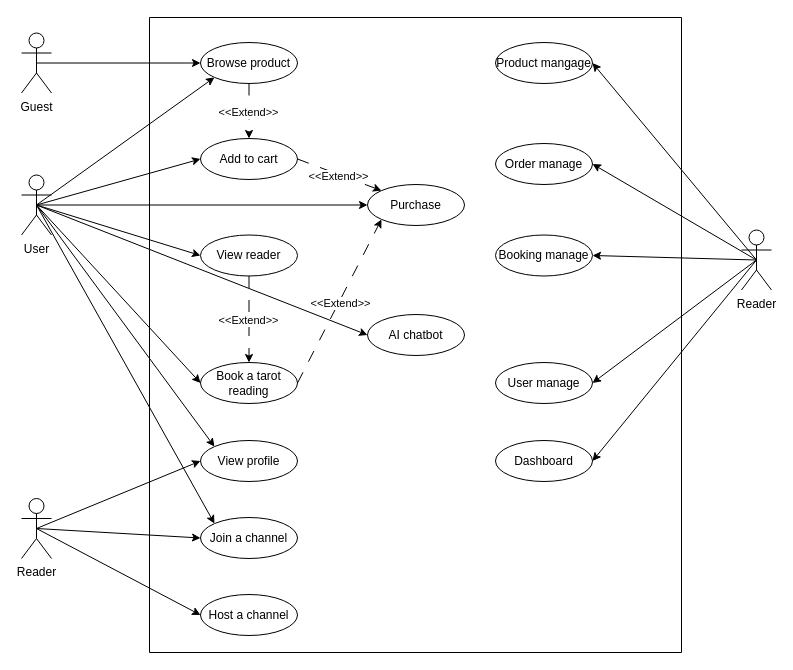
The draw.io diagram page "Use-case diagram" (1 of 4) of be_design.drawio in ippapi/Enigma, before the edit. Source tidied: cells renumbered, new cells numbered last; positions are measured from the earlier drawing's top-left corner, leaving out a move shared by most shapes. Both pictures are drawn from the tidied source at 100%, with x=0, y=0 at pixel (21, 17).
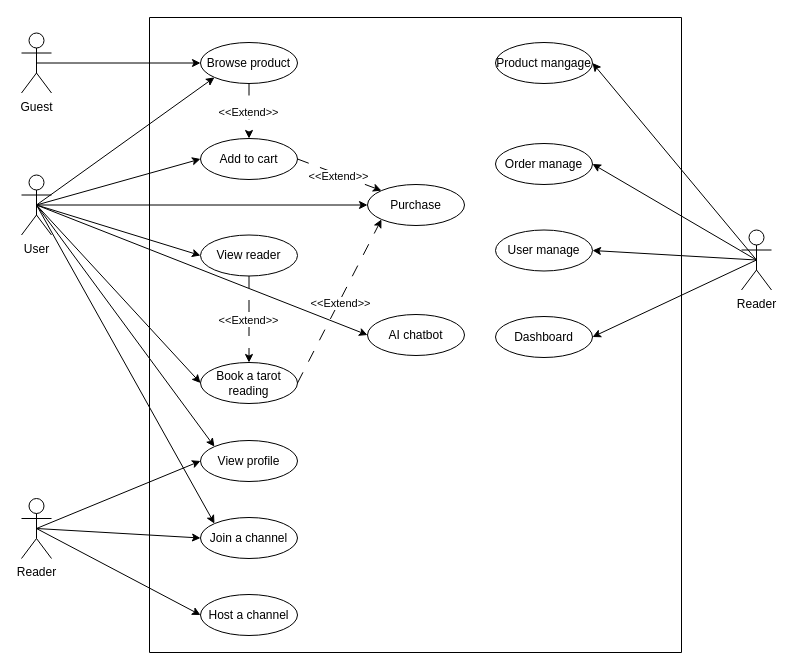
The same page after the edit.

The change refers to these unchanged cells:
```xml
<mxCell id="2" style="swimlane;startSize=0;" parent="1" vertex="1">
  <mxGeometry x="128" width="532" height="635" as="geometry" />
</mxCell>
<mxCell id="28" value="Reader" style="shape=umlActor;html=1;verticalLabelPosition=bottom;verticalAlign=top;align=center;" parent="1" vertex="1">
  <mxGeometry x="720" y="212.5" width="30" height="60" as="geometry" />
</mxCell>
```

Diff of the diagram source:
```diff
@@
-    <mxCell id="21" value="Booking manage" style="ellipse;whiteSpace=wrap;html=1;" parent="2" vertex="1">
-      <mxGeometry x="346" y="217.5" width="97" height="41" as="geometry" />
-    </mxCell>
     <mxCell id="22" value="User manage" style="ellipse;whiteSpace=wrap;html=1;" parent="2" vertex="1">
-      <mxGeometry x="346" y="345" width="97" height="41" as="geometry" />
+      <mxGeometry x="346" y="212.5" width="97" height="41" as="geometry" />
     </mxCell>
@@
     <mxCell id="24" value="Dashboard" style="ellipse;whiteSpace=wrap;html=1;" parent="2" vertex="1">
-      <mxGeometry x="346" y="423" width="97" height="41" as="geometry" />
+      <mxGeometry x="346" y="299" width="97" height="41" as="geometry" />
     </mxCell>
@@
-    <mxCell id="43" style="endArrow=classic;html=1;rounded=0;exitX=0.5;exitY=0.5;exitDx=0;exitDy=0;exitPerimeter=0;entryX=1;entryY=0.5;entryDx=0;entryDy=0;" parent="1" edge="1" source="28" target="21">
-      <mxGeometry relative="1" as="geometry" />
-    </mxCell>
```
